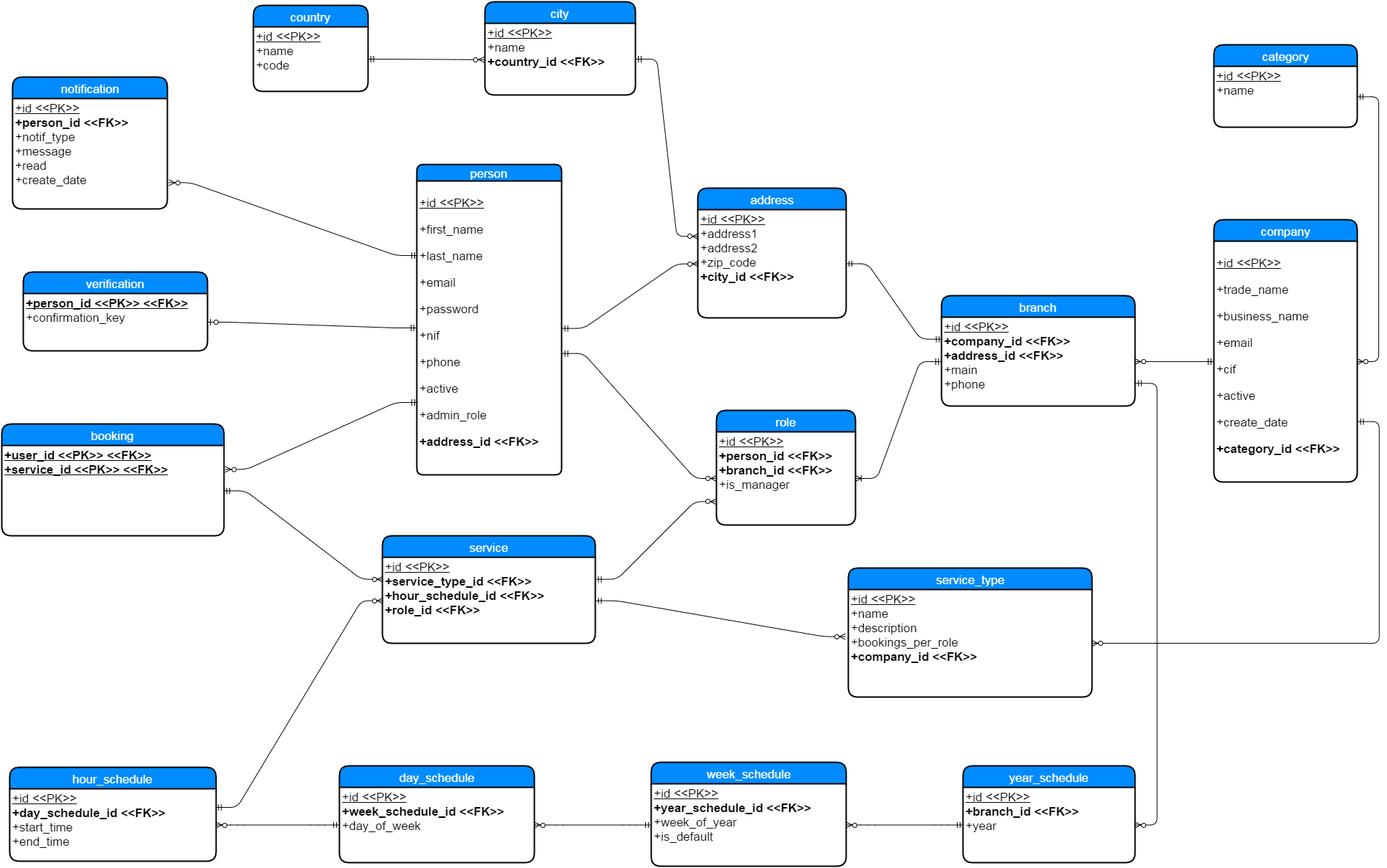
Before: project_documentation/database/Entity Relation Diagram.png, a diagram exported from draw.io (malkomich/busy). Source tidied: cells renumbered, new cells last; positions are measured from the earlier drawing's top-left corner, leaving out a move shared by most shapes.
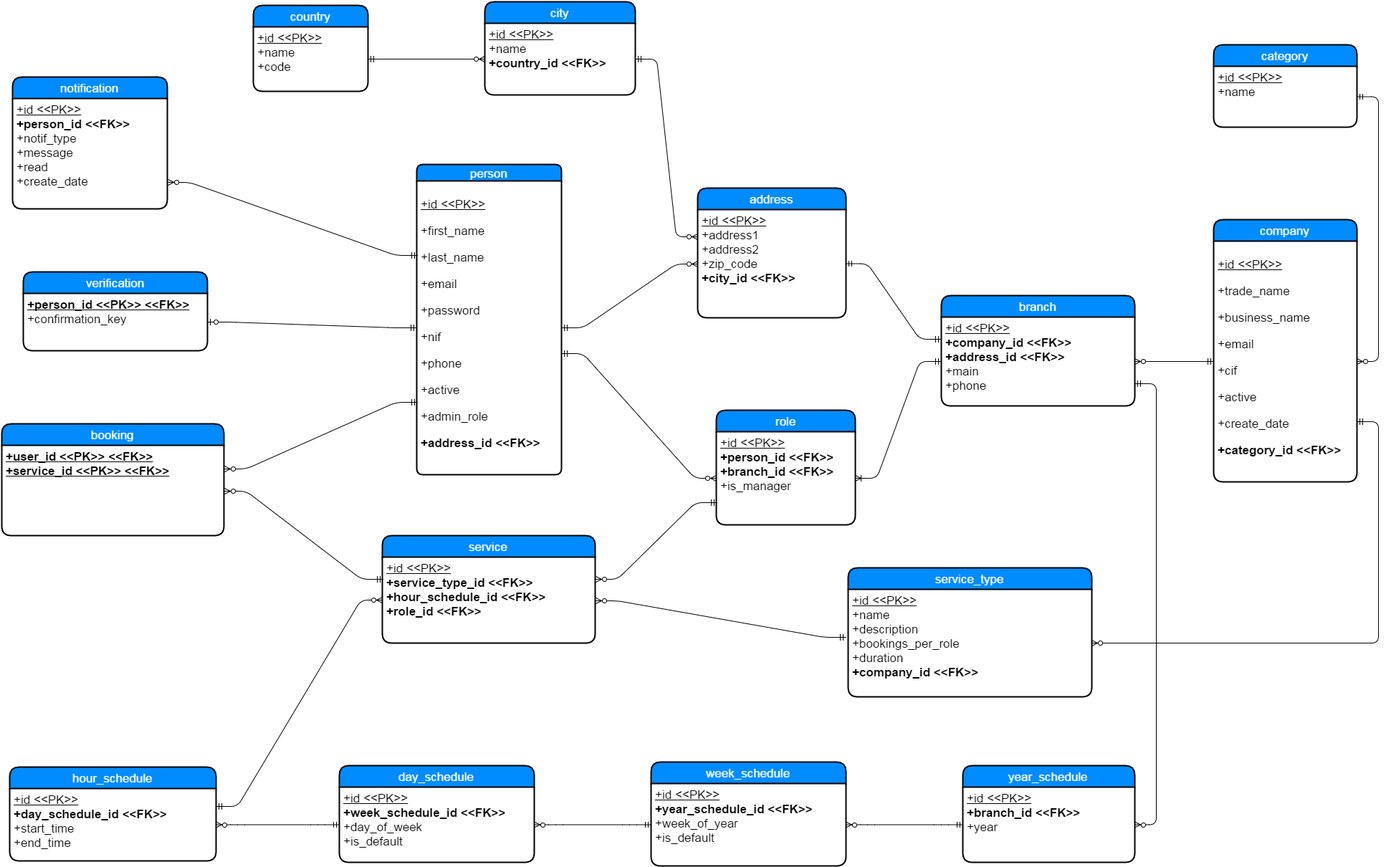
Above is the later version.

Change to the diagram source:
```diff
@@ -125,10 +125,10 @@
     <mxCell id="42" style="edgeStyle=entityRelationEdgeStyle;html=1;endArrow=ERzeroToMany;startArrow=ERmandOne;shadow=0;strokeColor=#000000;exitX=1;exitY=0.5;entryX=0;entryY=0.5;" parent="1" edge="1" source="4" target="13">
       <mxGeometry relative="1" as="geometry" />
     </mxCell>
-    <mxCell id="43" style="edgeStyle=entityRelationEdgeStyle;html=1;endArrow=ERzeroToMany;startArrow=ERmandOne;shadow=0;strokeColor=#000000;exitX=1;exitY=0.5;entryX=-0.012;entryY=0.439;entryPerimeter=0;" parent="1" edge="1" source="46" target="54">
+    <mxCell id="43" style="edgeStyle=entityRelationEdgeStyle;html=1;endArrow=ERzeroToMany;startArrow=ERmandOne;shadow=0;strokeColor=#000000;exitX=1;exitY=0.5;entryX=-0.012;entryY=0.439;entryPerimeter=0;flipH=1;flipV=1;" parent="1" edge="1" source="46" target="54">
       <mxGeometry relative="1" as="geometry" />
     </mxCell>
-    <mxCell id="44" style="edgeStyle=entityRelationEdgeStyle;html=1;endArrow=ERzeroToMany;startArrow=ERmandOne;shadow=0;strokeColor=#000000;exitX=1;exitY=0.25;entryX=0;entryY=0.75;" parent="1" edge="1" source="46" target="11">
+    <mxCell id="44" style="edgeStyle=entityRelationEdgeStyle;html=1;endArrow=ERzeroToMany;startArrow=ERmandOne;shadow=0;strokeColor=#000000;exitX=1;exitY=0.25;entryX=0;entryY=0.75;flipH=1;flipV=1;" parent="1" edge="1" source="46" target="11">
       <mxGeometry relative="1" as="geometry" />
     </mxCell>
     <mxCell id="45" value="service" style="swimlane;html=1;horizontal=1;startSize=30;fillColor=#008cff;fontColor=#FFFFFF;rounded=1;fontSize=17;fontStyle=0;strokeWidth=2;shadow=0;dashed=0;align=center;" parent="1" vertex="1">
@@ -140,7 +140,7 @@
     <mxCell id="47" value="day_schedule" style="swimlane;html=1;horizontal=1;startSize=30;fillColor=#008cff;fontColor=#FFFFFF;rounded=1;fontSize=17;fontStyle=0;strokeWidth=2;shadow=0;dashed=0;align=center;" parent="1" vertex="1">
       <mxGeometry x="471" y="1066" width="272" height="135" as="geometry" />
     </mxCell>
-    <mxCell id="48" value="&lt;u&gt;+id &amp;lt;&amp;lt;PK&amp;gt;&amp;gt;&lt;/u&gt;&lt;div&gt;&lt;b&gt;+week_schedule_id &amp;lt;&amp;lt;FK&amp;gt;&amp;gt;&lt;/b&gt;&lt;/div&gt;&lt;div&gt;+day_of_week&lt;/div&gt;" style="whiteSpace=wrap;html=1;align=left;strokeColor=none;fillColor=none;spacingLeft=4;fontSize=17;verticalAlign=top;" parent="47" vertex="1">
+    <mxCell id="48" value="&lt;u&gt;+id &amp;lt;&amp;lt;PK&amp;gt;&amp;gt;&lt;/u&gt;&lt;div&gt;&lt;b&gt;+week_schedule_id &amp;lt;&amp;lt;FK&amp;gt;&amp;gt;&lt;/b&gt;&lt;/div&gt;&lt;div&gt;+day_of_week&lt;/div&gt;&lt;div&gt;+is_default&lt;/div&gt;" style="whiteSpace=wrap;html=1;align=left;strokeColor=none;fillColor=none;spacingLeft=4;fontSize=17;verticalAlign=top;" parent="47" vertex="1">
       <mxGeometry y="30" width="272" height="105" as="geometry" />
     </mxCell>
     <mxCell id="49" value="week_schedule" style="swimlane;html=1;horizontal=1;startSize=30;fillColor=#008cff;fontColor=#FFFFFF;rounded=1;fontSize=17;fontStyle=0;strokeWidth=2;shadow=0;dashed=0;align=center;" parent="1" vertex="1">
@@ -158,10 +158,10 @@
     <mxCell id="53" value="service_type" style="swimlane;html=1;horizontal=1;startSize=30;fillColor=#008cff;fontColor=#FFFFFF;rounded=1;fontSize=17;fontStyle=0;strokeWidth=2;shadow=0;dashed=0;align=center;" parent="1" vertex="1">
       <mxGeometry x="1181" y="790" width="340" height="180" as="geometry" />
     </mxCell>
-    <mxCell id="54" value="&lt;u&gt;+id &amp;lt;&amp;lt;PK&amp;gt;&amp;gt;&lt;/u&gt;&lt;div&gt;+name&lt;/div&gt;&lt;div&gt;+description&lt;br&gt;&lt;div&gt;+bookings_per_role&lt;/div&gt;&lt;/div&gt;&lt;div&gt;&lt;b&gt;+company_id &amp;lt;&amp;lt;FK&amp;gt;&amp;gt;&lt;/b&gt;&lt;/div&gt;" style="whiteSpace=wrap;html=1;align=left;strokeColor=none;fillColor=none;spacingLeft=4;fontSize=17;verticalAlign=top;" parent="53" vertex="1">
+    <mxCell id="54" value="&lt;u&gt;+id &amp;lt;&amp;lt;PK&amp;gt;&amp;gt;&lt;/u&gt;&lt;div&gt;+name&lt;/div&gt;&lt;div&gt;+description&lt;br&gt;&lt;div&gt;+bookings_per_role&lt;/div&gt;&lt;/div&gt;&lt;div&gt;+duration&lt;/div&gt;&lt;div&gt;&lt;b&gt;+company_id &amp;lt;&amp;lt;FK&amp;gt;&amp;gt;&lt;/b&gt;&lt;/div&gt;" style="whiteSpace=wrap;html=1;align=left;strokeColor=none;fillColor=none;spacingLeft=4;fontSize=17;verticalAlign=top;" parent="53" vertex="1">
       <mxGeometry y="30" width="340" height="150" as="geometry" />
     </mxCell>
-    <mxCell id="55" style="edgeStyle=entityRelationEdgeStyle;html=1;endArrow=ERzeroToMany;startArrow=ERmandOne;shadow=0;strokeColor=#000000;exitX=1;exitY=0.5;entryX=0;entryY=0.25;" parent="1" edge="1" source="31" target="46">
+    <mxCell id="55" style="edgeStyle=entityRelationEdgeStyle;html=1;endArrow=ERzeroToMany;startArrow=ERmandOne;shadow=0;strokeColor=#000000;exitX=1;exitY=0.5;entryX=0;entryY=0.25;flipH=1;flipV=1;" parent="1" edge="1" source="31" target="46">
       <mxGeometry relative="1" as="geometry" />
     </mxCell>
   </root>
```
